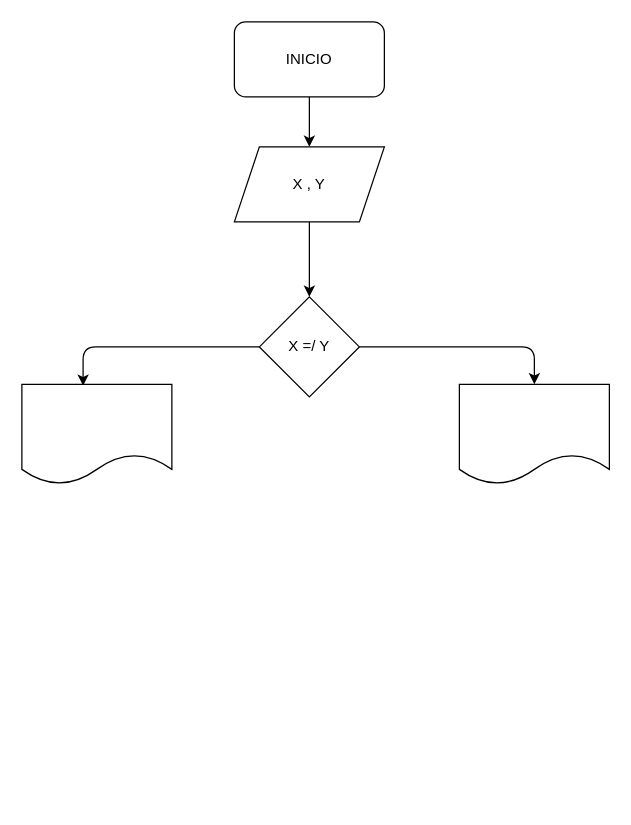
JAIROACARDOZO15/numeros_diferentes keeps this draw.io diagram as diagrama.drawio. Above is the earlier version. Source tidied: cells renumbered, new cells numbered last; positions are measured from the earlier drawing's top-left corner, leaving out a move shared by most shapes. Both pictures are drawn from the tidied source at 125%, with x=0, y=0 at pixel (21, 21).
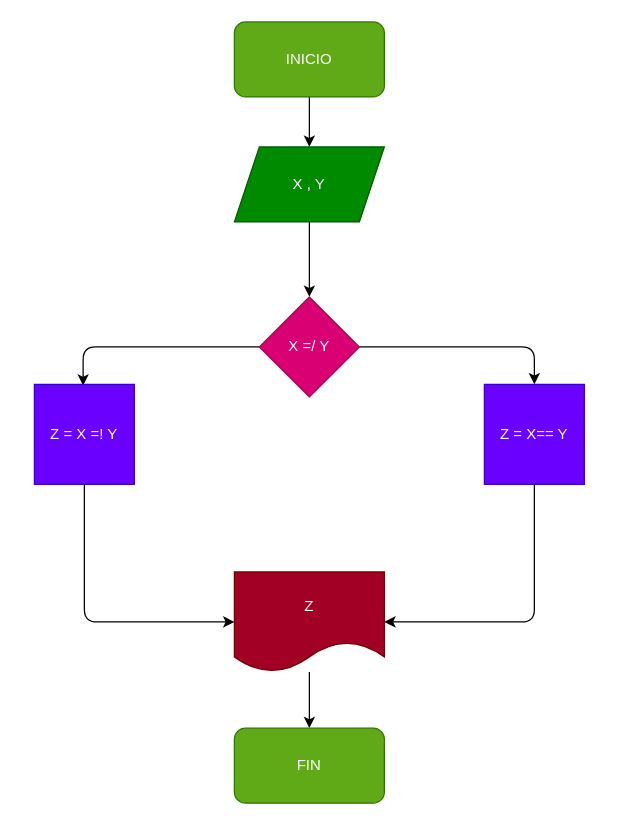
The same page after the edit.

Change to the diagram source:
```diff
@@
-    <mxCell id="3" value="INICIO" style="rounded=1;whiteSpace=wrap;html=1;" parent="1" vertex="1">
+    <mxCell id="3" value="INICIO" style="rounded=1;whiteSpace=wrap;html=1;fillColor=#60a917;fontColor=#ffffff;strokeColor=#2D7600;" parent="1" vertex="1">
       <mxGeometry x="170" width="120" height="60" as="geometry" />
     </mxCell>
@@
-    <mxCell id="5" value="X , Y" style="shape=parallelogram;perimeter=parallelogramPerimeter;whiteSpace=wrap;html=1;fixedSize=1;" parent="1" vertex="1">
+    <mxCell id="5" value="X , Y" style="shape=parallelogram;perimeter=parallelogramPerimeter;whiteSpace=wrap;html=1;fixedSize=1;fillColor=#008a00;fontColor=#ffffff;strokeColor=#005700;" parent="1" vertex="1">
       <mxGeometry x="170" y="100" width="120" height="60" as="geometry" />
     </mxCell>
-    <mxCell id="6" style="edgeStyle=none;html=1;exitX=1;exitY=0.5;exitDx=0;exitDy=0;entryX=0.5;entryY=0;entryDx=0;entryDy=0;" parent="1" edge="1" source="8" target="9">
+    <mxCell id="6" style="edgeStyle=none;html=1;exitX=1;exitY=0.5;exitDx=0;exitDy=0;entryX=0.5;entryY=0;entryDx=0;entryDy=0;" parent="1" edge="1" source="8">
       <mxGeometry relative="1" as="geometry">
+        <mxPoint x="410" y="290" as="targetPoint" />
         <Array as="points">
           <mxPoint x="410" y="260" />
         </Array>
       </mxGeometry>
     </mxCell>
-    <mxCell id="7" style="edgeStyle=none;html=1;exitX=0;exitY=0.5;exitDx=0;exitDy=0;entryX=0.408;entryY=0.013;entryDx=0;entryDy=0;entryPerimeter=0;" parent="1" edge="1" source="8" target="10">
+    <mxCell id="7" style="edgeStyle=none;html=1;exitX=0;exitY=0.5;exitDx=0;exitDy=0;entryX=0.408;entryY=0.013;entryDx=0;entryDy=0;entryPerimeter=0;" parent="1" edge="1" source="8">
       <mxGeometry relative="1" as="geometry">
+        <mxPoint x="49" y="291" as="targetPoint" />
         <Array as="points">
           <mxPoint x="49" y="260" />
         </Array>
       </mxGeometry>
     </mxCell>
-    <mxCell id="8" value="X =/ Y" style="rhombus;whiteSpace=wrap;html=1;" parent="1" vertex="1">
+    <mxCell id="8" value="X =/ Y" style="rhombus;whiteSpace=wrap;html=1;fillColor=#d80073;fontColor=#ffffff;strokeColor=#A50040;" parent="1" vertex="1">
       <mxGeometry x="190" y="220" width="80" height="80" as="geometry" />
     </mxCell>
-    <mxCell id="9" style="shape=document;whiteSpace=wrap;html=1;boundedLbl=1;" parent="1" vertex="1">
-      <mxGeometry x="350" y="290" width="120" height="80" as="geometry" />
-    </mxCell>
-    <mxCell id="10" style="shape=document;whiteSpace=wrap;html=1;boundedLbl=1;" parent="1" vertex="1">
-      <mxGeometry y="290" width="120" height="80" as="geometry" />
-    </mxCell>
+    <mxCell id="11" style="edgeStyle=none;html=1;" parent="1" edge="1" source="12" target="17">
+      <mxGeometry relative="1" as="geometry" />
+    </mxCell>
+    <mxCell id="12" value="Z" style="shape=document;whiteSpace=wrap;html=1;boundedLbl=1;fillColor=#a20025;fontColor=#ffffff;strokeColor=#6F0000;" parent="1" vertex="1">
+      <mxGeometry x="170" y="440" width="120" height="80" as="geometry" />
+    </mxCell>
+    <mxCell id="13" style="edgeStyle=none;html=1;exitX=0.5;exitY=1;exitDx=0;exitDy=0;entryX=0;entryY=0.5;entryDx=0;entryDy=0;" parent="1" edge="1" source="14" target="12">
+      <mxGeometry relative="1" as="geometry">
+        <Array as="points">
+          <mxPoint x="50" y="480" />
+        </Array>
+      </mxGeometry>
+    </mxCell>
+    <mxCell id="14" value="Z = X =! Y" style="whiteSpace=wrap;html=1;fillColor=#6a00ff;fontColor=#ffffff;strokeColor=#3700CC;" parent="1" vertex="1">
+      <mxGeometry x="10" y="290" width="80" height="80" as="geometry" />
+    </mxCell>
+    <mxCell id="15" style="edgeStyle=none;html=1;exitX=0.5;exitY=1;exitDx=0;exitDy=0;entryX=1;entryY=0.5;entryDx=0;entryDy=0;" parent="1" edge="1" source="16" target="12">
+      <mxGeometry relative="1" as="geometry">
+        <Array as="points">
+          <mxPoint x="410" y="480" />
+        </Array>
+      </mxGeometry>
+    </mxCell>
+    <mxCell id="16" value="Z = X== Y" style="whiteSpace=wrap;html=1;fillColor=#6a00ff;fontColor=#ffffff;strokeColor=#3700CC;" parent="1" vertex="1">
+      <mxGeometry x="370" y="290" width="80" height="80" as="geometry" />
+    </mxCell>
+    <mxCell id="17" value="FIN" style="rounded=1;whiteSpace=wrap;html=1;fillColor=#60a917;fontColor=#ffffff;strokeColor=#2D7600;" parent="1" vertex="1">
+      <mxGeometry x="170" y="565" width="120" height="60" as="geometry" />
+    </mxCell>
```
